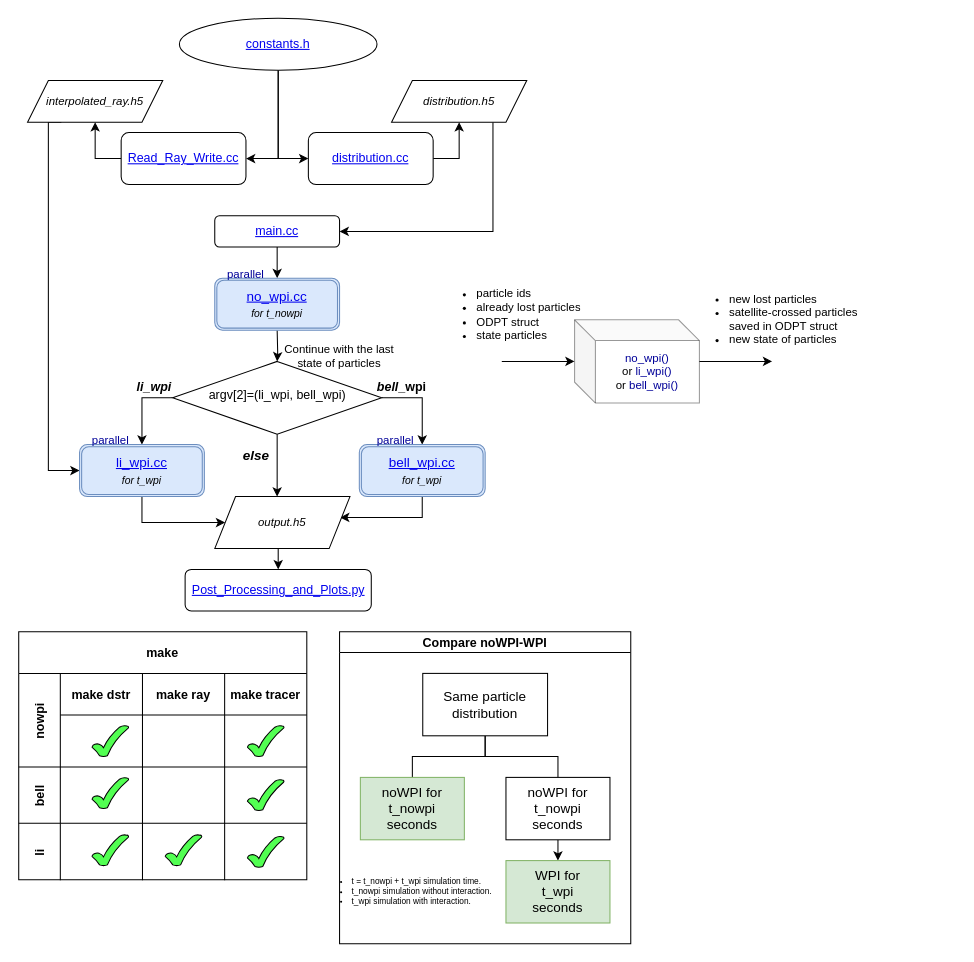
Above: More/code.drawio in Vasichar11/Particle-Tracing-Earth (draw.io), before the change. Source tidied: cells renumbered, new cells numbered last; positions are measured from the earlier drawing's top-left corner, leaving out a move shared by most shapes. Both pictures are drawn from the tidied source at 104%, with x=0, y=0 at pixel (19, 18).
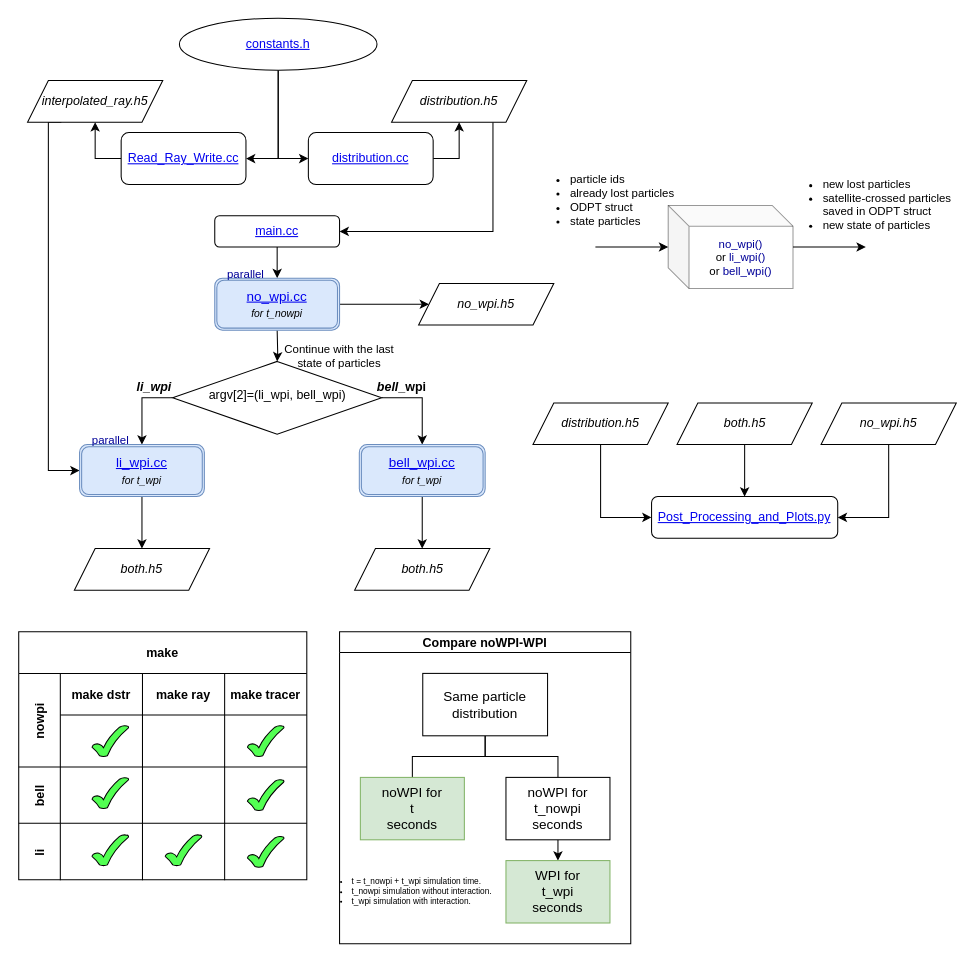
The same page after the edit.

The change refers to these unchanged cells:
```xml
<mxCell id="12" value="&lt;div&gt;argv[2]=(li_wpi, bell_wpi)&lt;br&gt;&lt;/div&gt;" style="rhombus;whiteSpace=wrap;html=1;shadow=0;fontFamily=Helvetica;fontSize=12;align=center;strokeWidth=1;spacing=6;spacingTop=-4;" parent="1" vertex="1">
  <mxGeometry x="147.5" y="330" width="201" height="70" as="geometry" />
</mxCell>
<mxCell id="46" value="Compare noWPI-WPI" style="swimlane;startSize=20;horizontal=1;containerType=tree;newEdgeStyle={&quot;edgeStyle&quot;:&quot;elbowEdgeStyle&quot;,&quot;startArrow&quot;:&quot;none&quot;,&quot;endArrow&quot;:&quot;none&quot;};fillColor=#FFFFFF;" parent="1" vertex="1">
  <mxGeometry x="308" y="590" width="280" height="300" as="geometry" />
</mxCell>
<mxCell id="57" value="&lt;div&gt;&lt;a href=&quot;https://github.com/Vasichar11/Particle-Tracing-Earth/blob/main/Telescope/src/tracer/bell_wpi.cc&quot;&gt;bell_wpi.cc&lt;/a&gt;&lt;/div&gt;&lt;div&gt;&lt;font style=&quot;font-size: 10px&quot;&gt;&lt;i&gt;for t_wpi&lt;/i&gt;&lt;/font&gt;&lt;/div&gt;" style="shape=ext;double=1;rounded=1;whiteSpace=wrap;html=1;fontSize=13;fillColor=#dae8fc;strokeColor=#6c8ebf;" parent="1" vertex="1">
  <mxGeometry x="327" y="410" width="121" height="50" as="geometry" />
</mxCell>
<mxCell id="59" value="&lt;div&gt;&lt;a href=&quot;https://github.com/Vasichar11/Particle-Tracing-Earth/blob/main/Telescope/src/tracer/li_wpi.cc&quot;&gt;li_wpi.cc&lt;/a&gt;&lt;/div&gt;&lt;div&gt;&lt;font style=&quot;font-size: 10px&quot;&gt;&lt;i&gt;for t_wpi&lt;/i&gt;&lt;/font&gt;&lt;/div&gt;" style="shape=ext;double=1;rounded=1;whiteSpace=wrap;html=1;fontSize=13;fillColor=#dae8fc;strokeColor=#6c8ebf;" parent="1" vertex="1">
  <mxGeometry x="58" y="410" width="120" height="50" as="geometry" />
</mxCell>
<mxCell id="62" value="&lt;div&gt;&lt;a href=&quot;https://github.com/Vasichar11/Particle-Tracing-Earth/blob/main/Telescope/src/tracer/no_wpi.cc&quot;&gt;no_wpi.cc&lt;/a&gt;&lt;/div&gt;&lt;div&gt;&lt;font style=&quot;font-size: 10px&quot;&gt;&lt;i&gt;for t_nowpi&lt;/i&gt;&lt;/font&gt;&lt;/div&gt;" style="shape=ext;double=1;rounded=1;whiteSpace=wrap;html=1;fontSize=13;fillColor=#dae8fc;strokeColor=#6c8ebf;" parent="1" vertex="1">
  <mxGeometry x="188" y="250" width="120" height="50" as="geometry" />
</mxCell>
```

What changed in the source:
```diff
@@
-    <mxCell id="9" style="edgeStyle=orthogonalEdgeStyle;rounded=0;jettySize=auto;html=1;exitX=0.5;exitY=1;exitDx=0;exitDy=0;fontSize=10;" parent="1" edge="1" source="12">
-      <mxGeometry relative="1" as="geometry">
-        <mxPoint x="248" y="460" as="targetPoint" />
-      </mxGeometry>
-    </mxCell>
@@
-    <mxCell id="13" style="edgeStyle=orthogonalEdgeStyle;rounded=0;jettySize=auto;html=1;exitX=0.5;exitY=1;exitDx=0;exitDy=0;entryX=0.5;entryY=0;entryDx=0;entryDy=0;" parent="1" edge="1" target="14">
-      <mxGeometry relative="1" as="geometry">
-        <mxPoint x="248" y="500" as="sourcePoint" />
-      </mxGeometry>
-    </mxCell>
     <mxCell id="14" value="&lt;a href=&quot;https://github.com/Vasichar11/Particle-Tracing-Earth/blob/main/Telescope/Post_processing_and_Plots.py&quot;&gt;Post_Processing_and_Plots.py&lt;/a&gt;" style="rounded=1;whiteSpace=wrap;html=1;fontSize=12;glass=0;strokeWidth=1;shadow=0;" parent="1" vertex="1">
-      <mxGeometry x="159.5" y="530" width="179" height="40" as="geometry" />
+      <mxGeometry x="608" y="460" width="179" height="40" as="geometry" />
     </mxCell>
@@
-    <mxCell id="21" value="&lt;div style=&quot;font-size: 11px&quot;&gt;&lt;font style=&quot;font-size: 11px&quot;&gt;&lt;i&gt;interpolated_ray.h5 &lt;br&gt;&lt;/i&gt;&lt;/font&gt;&lt;/div&gt;" style="shape=parallelogram;perimeter=parallelogramPerimeter;whiteSpace=wrap;html=1;fixedSize=1;fontSize=12;" parent="1" vertex="1">
+    <mxCell id="21" value="&lt;div&gt;&lt;font style=&quot;font-size: 12px&quot;&gt;&lt;i&gt;interpolated_ray.h5 &lt;br&gt;&lt;/i&gt;&lt;/font&gt;&lt;/div&gt;" style="shape=parallelogram;perimeter=parallelogramPerimeter;whiteSpace=wrap;html=1;fixedSize=1;fontSize=12;" parent="1" vertex="1">
       <mxGeometry x="8" y="60" width="130" height="40" as="geometry" />
     </mxCell>
@@
-    <mxCell id="23" value="&lt;div style=&quot;font-size: 11px&quot;&gt;&lt;font style=&quot;font-size: 11px&quot;&gt;&lt;i&gt;&lt;font style=&quot;font-size: 11px&quot;&gt;distribution.h5&lt;br&gt;&lt;/font&gt;&lt;/i&gt;&lt;/font&gt;&lt;/div&gt;" style="shape=parallelogram;perimeter=parallelogramPerimeter;whiteSpace=wrap;html=1;fixedSize=1;fontSize=12;" parent="1" vertex="1">
+    <mxCell id="23" value="&lt;div&gt;&lt;font style=&quot;font-size: 12px&quot;&gt;&lt;i&gt;&lt;font style=&quot;font-size: 12px&quot;&gt;distribution.h5&lt;br&gt;&lt;/font&gt;&lt;/i&gt;&lt;/font&gt;&lt;/div&gt;" style="shape=parallelogram;perimeter=parallelogramPerimeter;whiteSpace=wrap;html=1;fixedSize=1;fontSize=12;" parent="1" vertex="1">
       <mxGeometry x="358" y="60" width="130" height="40" as="geometry" />
     </mxCell>
@@
-    <mxCell id="50" value="&lt;div style=&quot;font-size: 13px&quot;&gt;&lt;font style=&quot;font-size: 13px&quot;&gt;noWPI for &lt;br&gt;&lt;/font&gt;&lt;/div&gt;&lt;div style=&quot;font-size: 13px&quot;&gt;&lt;font style=&quot;font-size: 13px&quot;&gt;t_nowpi &lt;br&gt;&lt;/font&gt;&lt;/div&gt;&lt;div style=&quot;font-size: 13px&quot;&gt;&lt;font style=&quot;font-size: 13px&quot;&gt;seconds&lt;br&gt;&lt;/font&gt;&lt;/div&gt;" style="whiteSpace=wrap;html=1;align=center;verticalAlign=middle;newEdgeStyle={&quot;edgeStyle&quot;:&quot;elbowEdgeStyle&quot;,&quot;startArrow&quot;:&quot;none&quot;,&quot;endArrow&quot;:&quot;none&quot;};fillColor=#d5e8d4;strokeColor=#82b366;" parent="46" vertex="1">
+    <mxCell id="50" value="&lt;div style=&quot;font-size: 13px&quot;&gt;&lt;font style=&quot;font-size: 13px&quot;&gt;noWPI for &lt;br&gt;&lt;/font&gt;&lt;/div&gt;&lt;div style=&quot;font-size: 13px&quot;&gt;&lt;font style=&quot;font-size: 13px&quot;&gt;t&lt;br&gt;&lt;/font&gt;&lt;/div&gt;&lt;div style=&quot;font-size: 13px&quot;&gt;&lt;font style=&quot;font-size: 13px&quot;&gt;seconds&lt;br&gt;&lt;/font&gt;&lt;/div&gt;" style="whiteSpace=wrap;html=1;align=center;verticalAlign=middle;newEdgeStyle={&quot;edgeStyle&quot;:&quot;elbowEdgeStyle&quot;,&quot;startArrow&quot;:&quot;none&quot;,&quot;endArrow&quot;:&quot;none&quot;};fillColor=#d5e8d4;strokeColor=#82b366;" parent="46" vertex="1">
       <mxGeometry x="20" y="140" width="100" height="60" as="geometry" />
     </mxCell>
@@
-    <mxCell id="55" value="&lt;font style=&quot;font-size: 13px&quot;&gt;&lt;i&gt;&lt;b&gt;else&lt;/b&gt;&lt;/i&gt;&lt;/font&gt;" style="text;html=1;strokeColor=none;fillColor=none;align=center;verticalAlign=middle;whiteSpace=wrap;rounded=0;fontSize=12;" parent="1" vertex="1">
-      <mxGeometry x="198" y="405" width="60" height="30" as="geometry" />
-    </mxCell>
-    <mxCell id="56" style="edgeStyle=orthogonalEdgeStyle;rounded=0;jettySize=auto;html=1;exitX=0.5;exitY=1;exitDx=0;exitDy=0;entryX=1;entryY=0.5;entryDx=0;entryDy=0;fontSize=13;" parent="1" edge="1" source="57">
-      <mxGeometry relative="1" as="geometry">
-        <mxPoint x="308" y="480" as="targetPoint" />
-      </mxGeometry>
-    </mxCell>
+    <mxCell id="70" style="edgeStyle=orthogonalEdgeStyle;rounded=0;jettySize=auto;html=1;exitX=0.5;exitY=1;exitDx=0;exitDy=0;entryX=0.5;entryY=0;entryDx=0;entryDy=0;fontSize=12;" parent="1" edge="1" source="57" target="75">
+      <mxGeometry relative="1" as="geometry" />
+    </mxCell>
@@
-    <mxCell id="58" style="edgeStyle=orthogonalEdgeStyle;rounded=0;jettySize=auto;html=1;exitX=0.5;exitY=1;exitDx=0;exitDy=0;entryX=0;entryY=0.5;entryDx=0;entryDy=0;fontSize=13;" parent="1" edge="1" source="59" target="64">
-      <mxGeometry relative="1" as="geometry" />
-    </mxCell>
+    <mxCell id="71" style="edgeStyle=orthogonalEdgeStyle;rounded=0;jettySize=auto;html=1;exitX=0.5;exitY=1;exitDx=0;exitDy=0;entryX=0.5;entryY=0;entryDx=0;entryDy=0;fontSize=12;" parent="1" edge="1" source="59" target="74">
+      <mxGeometry relative="1" as="geometry" />
+    </mxCell>
@@
-    <mxCell id="60" value="&lt;font style=&quot;font-size: 11px&quot; color=&quot;#000099&quot;&gt;parallel&lt;/font&gt;" style="text;html=1;strokeColor=none;fillColor=none;align=center;verticalAlign=middle;whiteSpace=wrap;rounded=0;fontSize=13;opacity=40;" parent="1" vertex="1">
-      <mxGeometry x="332" y="390" width="60" height="30" as="geometry" />
-    </mxCell>
@@
+    <mxCell id="72" style="edgeStyle=orthogonalEdgeStyle;rounded=0;jettySize=auto;html=1;exitX=1;exitY=0.5;exitDx=0;exitDy=0;entryX=0;entryY=0.5;entryDx=0;entryDy=0;" parent="1" edge="1" source="62" target="73">
+      <mxGeometry relative="1" as="geometry" />
+    </mxCell>
@@
-    <mxCell id="64" value="&lt;div style=&quot;font-size: 11px&quot;&gt;&lt;font style=&quot;font-size: 11px&quot;&gt;&lt;i&gt;&lt;font style=&quot;font-size: 11px&quot;&gt;output.h5&lt;br&gt;&lt;/font&gt;&lt;/i&gt;&lt;/font&gt;&lt;/div&gt;" style="shape=parallelogram;perimeter=parallelogramPerimeter;whiteSpace=wrap;html=1;fixedSize=1;fontSize=12;" parent="1" vertex="1">
-      <mxGeometry x="188" y="460" width="130" height="50" as="geometry" />
-    </mxCell>
     <mxCell id="65" value="&lt;div&gt;no_wpi()&lt;/div&gt;&lt;div&gt;&lt;font color=&quot;#000000&quot;&gt;or&lt;/font&gt; li_wpi()&lt;/div&gt;&lt;div&gt;&lt;font color=&quot;#000000&quot;&gt;or&lt;/font&gt; bell_wpi()&lt;/div&gt;" style="shape=cube;whiteSpace=wrap;html=1;boundedLbl=1;backgroundOutline=1;darkOpacity=0.05;darkOpacity2=0.1;fontSize=11;fontColor=#000099;opacity=40;" parent="1" vertex="1">
-      <mxGeometry x="534" y="290" width="120" height="80" as="geometry" />
+      <mxGeometry x="624" y="180" width="120" height="80" as="geometry" />
     </mxCell>
     <mxCell id="66" style="endArrow=classic;html=1;rounded=0;fontSize=11;fontColor=#000000;" parent="1" edge="1" target="65">
       <mxGeometry relative="1" as="geometry">
-        <mxPoint x="464" y="330" as="sourcePoint" />
+        <mxPoint x="554" y="220" as="sourcePoint" />
       </mxGeometry>
     </mxCell>
     <mxCell id="67" style="endArrow=classic;html=1;rounded=0;fontSize=11;fontColor=#000000;" parent="1" edge="1">
       <mxGeometry relative="1" as="geometry">
-        <mxPoint x="654" y="330" as="sourcePoint" />
-        <mxPoint x="724" y="330" as="targetPoint" />
+        <mxPoint x="744" y="220" as="sourcePoint" />
+        <mxPoint x="814" y="220" as="targetPoint" />
       </mxGeometry>
     </mxCell>
     <mxCell id="68" value="&lt;ul&gt;&lt;li&gt;particle ids&lt;br&gt;&lt;/li&gt;&lt;li&gt;already lost particles&lt;br&gt;&lt;/li&gt;&lt;li&gt;ODPT struct&lt;br&gt;&lt;/li&gt;&lt;li&gt;state particles&lt;br&gt;&lt;/li&gt;&lt;/ul&gt;" style="text;strokeColor=none;fillColor=none;html=1;whiteSpace=wrap;verticalAlign=middle;overflow=hidden;fontSize=11;fontColor=#000000;opacity=40;" parent="1" vertex="1">
-      <mxGeometry x="398" y="240" width="160" height="90" as="geometry" />
+      <mxGeometry x="488" y="130" width="160" height="90" as="geometry" />
     </mxCell>
     <mxCell id="69" value="&lt;br&gt;&lt;ul&gt;&lt;li&gt;new lost particles&lt;br&gt;&lt;/li&gt;&lt;li&gt;satellite-crossed particles saved in ODPT struct&lt;br&gt;&lt;/li&gt;&lt;li&gt;new state of particles&lt;br&gt;&lt;/li&gt;&lt;/ul&gt;" style="text;strokeColor=none;fillColor=none;html=1;whiteSpace=wrap;verticalAlign=middle;overflow=hidden;fontSize=11;fontColor=#000000;opacity=40;" parent="1" vertex="1">
-      <mxGeometry x="641" y="235" width="170" height="95" as="geometry" />
+      <mxGeometry x="731" y="125" width="170" height="95" as="geometry" />
     </mxCell>
+    <mxCell id="73" value="&lt;i&gt;no_wpi.h5&lt;/i&gt;" style="shape=parallelogram;perimeter=parallelogramPerimeter;whiteSpace=wrap;html=1;fixedSize=1;fontSize=12;" parent="1" vertex="1">
+      <mxGeometry x="384" y="255" width="130" height="40" as="geometry" />
+    </mxCell>
+    <mxCell id="74" value="&lt;i&gt;both.h5&lt;/i&gt;" style="shape=parallelogram;perimeter=parallelogramPerimeter;whiteSpace=wrap;html=1;fixedSize=1;fontSize=12;" parent="1" vertex="1">
+      <mxGeometry x="53" y="510" width="130" height="40" as="geometry" />
+    </mxCell>
+    <mxCell id="75" value="&lt;i&gt;both.h5&lt;/i&gt;" style="shape=parallelogram;perimeter=parallelogramPerimeter;whiteSpace=wrap;html=1;fixedSize=1;fontSize=12;" parent="1" vertex="1">
+      <mxGeometry x="322.5" y="510" width="130" height="40" as="geometry" />
+    </mxCell>
+    <mxCell id="76" style="edgeStyle=orthogonalEdgeStyle;rounded=0;jettySize=auto;html=1;exitX=0.5;exitY=1;exitDx=0;exitDy=0;entryX=1;entryY=0.5;entryDx=0;entryDy=0;fontSize=12;" parent="1" edge="1" source="77" target="14">
+      <mxGeometry relative="1" as="geometry" />
+    </mxCell>
+    <mxCell id="77" value="&lt;i&gt;no_wpi.h5&lt;/i&gt;" style="shape=parallelogram;perimeter=parallelogramPerimeter;whiteSpace=wrap;html=1;fixedSize=1;fontSize=12;" parent="1" vertex="1">
+      <mxGeometry x="771" y="370" width="130" height="40" as="geometry" />
+    </mxCell>
+    <mxCell id="78" style="edgeStyle=orthogonalEdgeStyle;rounded=0;jettySize=auto;html=1;exitX=0.5;exitY=1;exitDx=0;exitDy=0;entryX=0.5;entryY=0;entryDx=0;entryDy=0;fontSize=12;" parent="1" edge="1" source="79" target="14">
+      <mxGeometry relative="1" as="geometry" />
+    </mxCell>
+    <mxCell id="79" value="&lt;i&gt;both.h5&lt;/i&gt;" style="shape=parallelogram;perimeter=parallelogramPerimeter;whiteSpace=wrap;html=1;fixedSize=1;fontSize=12;" parent="1" vertex="1">
+      <mxGeometry x="632.5" y="370" width="130" height="40" as="geometry" />
+    </mxCell>
+    <mxCell id="80" style="edgeStyle=orthogonalEdgeStyle;rounded=0;jettySize=auto;html=1;exitX=0.5;exitY=1;exitDx=0;exitDy=0;entryX=0;entryY=0.5;entryDx=0;entryDy=0;fontSize=12;" parent="1" edge="1" source="81" target="14">
+      <mxGeometry relative="1" as="geometry" />
+    </mxCell>
+    <mxCell id="81" value="&lt;div&gt;&lt;font style=&quot;font-size: 12px&quot;&gt;&lt;i&gt;&lt;font style=&quot;font-size: 12px&quot;&gt;distribution.h5&lt;br&gt;&lt;/font&gt;&lt;/i&gt;&lt;/font&gt;&lt;/div&gt;" style="shape=parallelogram;perimeter=parallelogramPerimeter;whiteSpace=wrap;html=1;fixedSize=1;fontSize=12;" parent="1" vertex="1">
+      <mxGeometry x="494" y="370" width="130" height="40" as="geometry" />
+    </mxCell>
```
